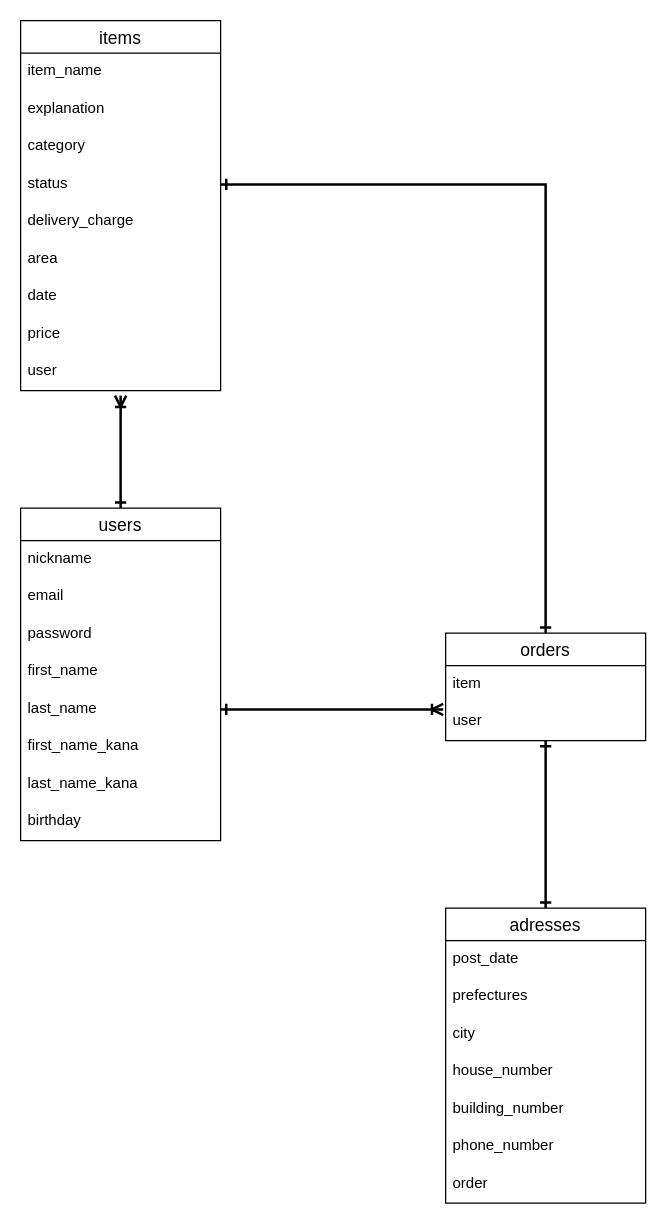
Earlier version of the draw.io diagram furima.dio (yuuuuyas/furima-36680). Source tidied: cells renumbered, new cells numbered last; positions are measured from the earlier drawing's top-left corner, leaving out a move shared by most shapes. Both pictures are drawn from the tidied source at 125%, with x=0, y=0 at pixel (20, 20).
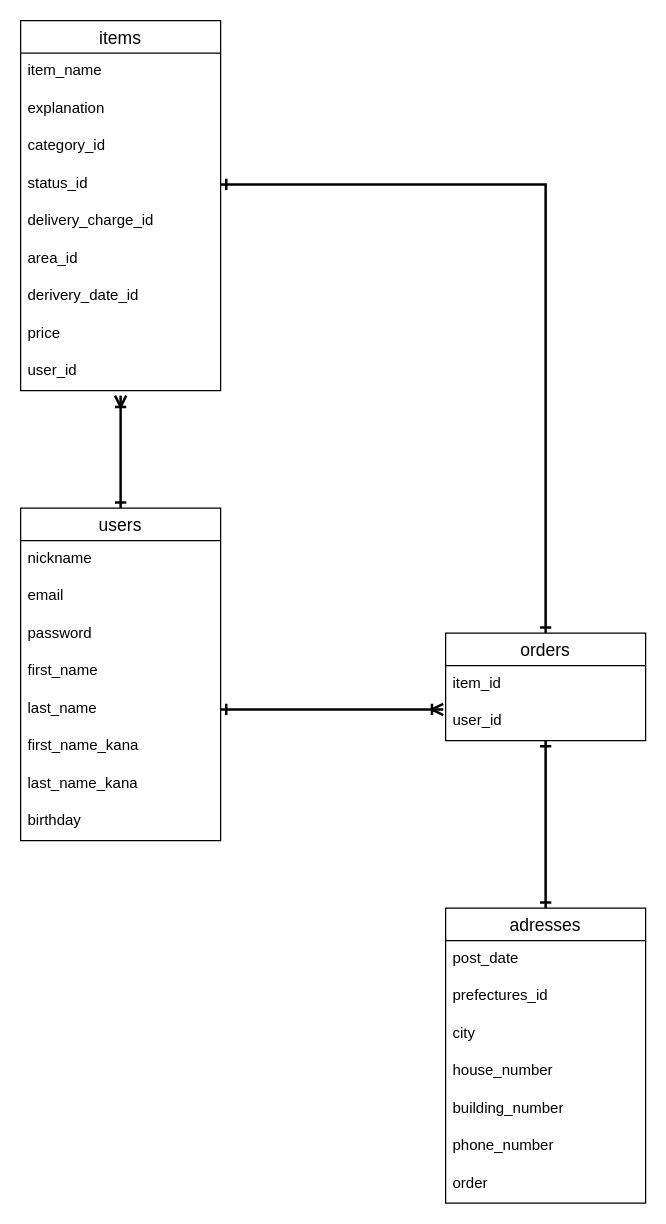
Above is the later version.

Commit message (it also covers changes not shown here):
README・ER図の修正2

The change refers to these unchanged cells:
```xml
<mxCell id="12" value="items" style="swimlane;fontStyle=0;horizontal=1;startSize=26;align=center;fontSize=14;" parent="1" vertex="1">
  <mxGeometry width="160" height="296" as="geometry" />
</mxCell>
<mxCell id="23" value="orders" style="swimlane;fontStyle=0;horizontal=1;startSize=26;align=center;fontSize=14;" parent="1" vertex="1">
  <mxGeometry x="340" y="490" width="160" height="86" as="geometry" />
</mxCell>
<mxCell id="26" value="adresses" style="swimlane;fontStyle=0;horizontal=1;startSize=26;align=center;fontSize=14;" parent="1" vertex="1">
  <mxGeometry x="340" y="710" width="160" height="236" as="geometry" />
</mxCell>
```

Diff of the diagram source:
```diff
@@
-    <mxCell id="15" value="category" style="text;strokeColor=none;fillColor=none;spacingLeft=4;spacingRight=4;overflow=hidden;fontSize=12;" parent="12" vertex="1">
+    <mxCell id="15" value="category_id" style="text;strokeColor=none;fillColor=none;spacingLeft=4;spacingRight=4;overflow=hidden;fontSize=12;" parent="12" vertex="1">
       <mxGeometry y="86" width="160" height="30" as="geometry" />
     </mxCell>
-    <mxCell id="16" value="status" style="text;strokeColor=none;fillColor=none;spacingLeft=4;spacingRight=4;overflow=hidden;points=[[0,0.5],[1,0.5]];portConstraint=eastwest;fontSize=12;" parent="12" vertex="1">
+    <mxCell id="16" value="status_id" style="text;strokeColor=none;fillColor=none;spacingLeft=4;spacingRight=4;overflow=hidden;points=[[0,0.5],[1,0.5]];portConstraint=eastwest;fontSize=12;" parent="12" vertex="1">
       <mxGeometry y="116" width="160" height="30" as="geometry" />
     </mxCell>
-    <mxCell id="17" value="delivery_charge" style="text;strokeColor=none;fillColor=none;spacingLeft=4;spacingRight=4;overflow=hidden;fontSize=12;" parent="12" vertex="1">
+    <mxCell id="17" value="delivery_charge_id" style="text;strokeColor=none;fillColor=none;spacingLeft=4;spacingRight=4;overflow=hidden;fontSize=12;" parent="12" vertex="1">
       <mxGeometry y="146" width="160" height="30" as="geometry" />
     </mxCell>
-    <mxCell id="18" value="area" style="text;strokeColor=none;fillColor=none;spacingLeft=4;spacingRight=4;overflow=hidden;fontSize=12;" parent="12" vertex="1">
+    <mxCell id="18" value="area_id" style="text;strokeColor=none;fillColor=none;spacingLeft=4;spacingRight=4;overflow=hidden;fontSize=12;" parent="12" vertex="1">
       <mxGeometry y="176" width="160" height="30" as="geometry" />
     </mxCell>
-    <mxCell id="19" value="date" style="text;strokeColor=none;fillColor=none;spacingLeft=4;spacingRight=4;overflow=hidden;fontSize=12;" parent="12" vertex="1">
+    <mxCell id="19" value="derivery_date_id" style="text;strokeColor=none;fillColor=none;spacingLeft=4;spacingRight=4;overflow=hidden;fontSize=12;" parent="12" vertex="1">
       <mxGeometry y="206" width="160" height="30" as="geometry" />
     </mxCell>
@@
-    <mxCell id="21" value="user" style="text;strokeColor=none;fillColor=none;spacingLeft=4;spacingRight=4;overflow=hidden;fontSize=12;" parent="12" vertex="1">
+    <mxCell id="21" value="user_id" style="text;strokeColor=none;fillColor=none;spacingLeft=4;spacingRight=4;overflow=hidden;fontSize=12;" parent="12" vertex="1">
       <mxGeometry y="266" width="160" height="30" as="geometry" />
     </mxCell>
@@
-    <mxCell id="24" value="item" style="text;strokeColor=none;fillColor=none;spacingLeft=4;spacingRight=4;overflow=hidden;fontSize=12;" parent="23" vertex="1">
+    <mxCell id="24" value="item_id" style="text;strokeColor=none;fillColor=none;spacingLeft=4;spacingRight=4;overflow=hidden;fontSize=12;" parent="23" vertex="1">
       <mxGeometry y="26" width="160" height="30" as="geometry" />
     </mxCell>
-    <mxCell id="25" value="user" style="text;strokeColor=none;fillColor=none;spacingLeft=4;spacingRight=4;overflow=hidden;points=[[0,0.5],[1,0.5]];portConstraint=eastwest;fontSize=12;" parent="23" vertex="1">
+    <mxCell id="25" value="user_id" style="text;strokeColor=none;fillColor=none;spacingLeft=4;spacingRight=4;overflow=hidden;points=[[0,0.5],[1,0.5]];portConstraint=eastwest;fontSize=12;" parent="23" vertex="1">
       <mxGeometry y="56" width="160" height="30" as="geometry" />
     </mxCell>
@@
-    <mxCell id="28" value="prefectures" style="text;strokeColor=none;fillColor=none;spacingLeft=4;spacingRight=4;overflow=hidden;fontSize=12;" parent="26" vertex="1">
+    <mxCell id="28" value="prefectures_id" style="text;strokeColor=none;fillColor=none;spacingLeft=4;spacingRight=4;overflow=hidden;fontSize=12;" parent="26" vertex="1">
       <mxGeometry y="56" width="160" height="30" as="geometry" />
     </mxCell>
```
